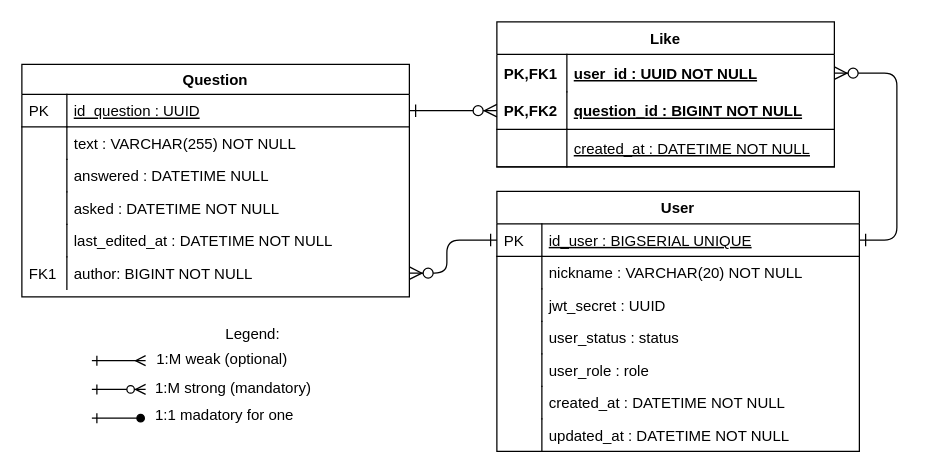
Above: db-diagram/ER_diagram_askit-db.drawio in AndrusKr/AskIt-server (draw.io), before the change. Source tidied: cells renumbered, new cells numbered last; positions are measured from the earlier drawing's top-left corner, leaving out a move shared by most shapes. Both pictures are drawn from the tidied source at 125%, with x=0, y=0 at pixel (21, 21).
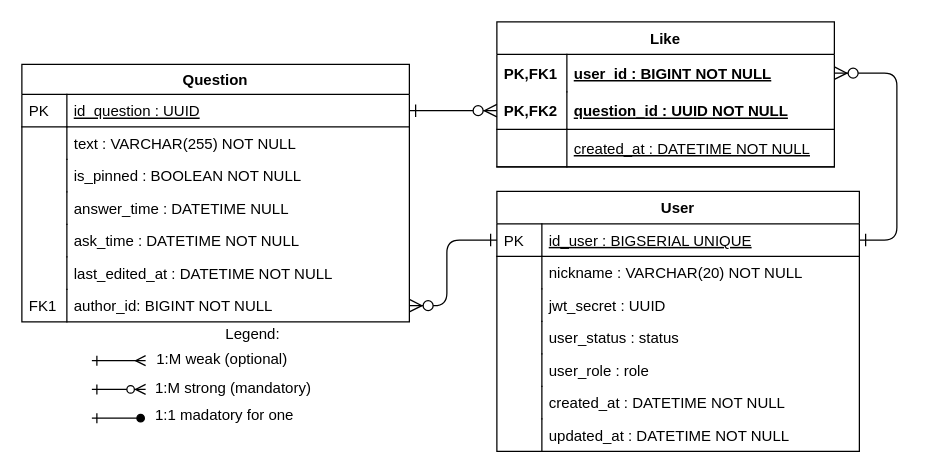
Above is the later version.

Unchanged cells that the change refers to:
```xml
<mxCell id="24" value="id_user : BIGSERIAL UNIQUE" style="shape=partialRectangle;top=0;left=0;right=0;bottom=1;align=left;verticalAlign=top;fillColor=none;spacingLeft=40;spacingRight=4;overflow=hidden;points=[[0,0.5],[1,0.5]];portConstraint=eastwest;rounded=0;shadow=0;strokeWidth=1;fontStyle=4;" parent="23" vertex="1">
  <mxGeometry y="26" width="290" height="26" as="geometry" />
</mxCell>
<mxCell id="38" value="Like" style="swimlane;fontStyle=1;horizontal=1;startSize=26;align=center;fontSize=12;" parent="1" vertex="1">
  <mxGeometry x="380" width="270" height="116" as="geometry" />
</mxCell>
```

Diff of the diagram source:
```diff
@@
     <mxCell id="9" value="Question" style="swimlane;fontStyle=1;horizontal=1;startSize=24;rounded=0;shadow=0;strokeWidth=1;" parent="1" vertex="1">
-      <mxGeometry y="34" width="310" height="186" as="geometry" />
+      <mxGeometry y="34" width="310" height="206" as="geometry" />
     </mxCell>
@@
+    <mxCell id="47" value="is_pinned : BOOLEAN NOT NULL" style="shape=partialRectangle;top=0;left=0;right=0;bottom=0;align=left;verticalAlign=top;fillColor=none;spacingLeft=40;spacingRight=4;overflow=hidden;rounded=0;shadow=0;strokeWidth=1;" parent="9" vertex="1">
+      <mxGeometry y="76" width="310" height="26" as="geometry" />
+    </mxCell>
+    <mxCell id="48" style="shape=partialRectangle;top=0;left=0;bottom=0;fillColor=none;align=left;verticalAlign=top;spacingLeft=4;spacingRight=4;overflow=hidden;" parent="47" vertex="1">
+      <mxGeometry width="36" height="26" as="geometry" />
+    </mxCell>
-    <mxCell id="14" value="answered : DATETIME NULL" style="shape=partialRectangle;top=0;left=0;right=0;bottom=0;align=left;verticalAlign=top;fillColor=none;spacingLeft=40;spacingRight=4;overflow=hidden;rounded=0;shadow=0;strokeWidth=1;" parent="9" vertex="1">
-      <mxGeometry y="76" width="310" height="26" as="geometry" />
+    <mxCell id="14" value="answer_time : DATETIME NULL" style="shape=partialRectangle;top=0;left=0;right=0;bottom=0;align=left;verticalAlign=top;fillColor=none;spacingLeft=40;spacingRight=4;overflow=hidden;rounded=0;shadow=0;strokeWidth=1;" parent="9" vertex="1">
+      <mxGeometry y="102" width="310" height="26" as="geometry" />
     </mxCell>
@@
-    <mxCell id="16" value="asked : DATETIME NOT NULL" style="shape=partialRectangle;top=0;left=0;right=0;bottom=0;align=left;verticalAlign=top;fillColor=none;spacingLeft=40;spacingRight=4;overflow=hidden;rounded=0;shadow=0;strokeWidth=1;" parent="9" vertex="1">
-      <mxGeometry y="102" width="310" height="26" as="geometry" />
+    <mxCell id="16" value="ask_time : DATETIME NOT NULL" style="shape=partialRectangle;top=0;left=0;right=0;bottom=0;align=left;verticalAlign=top;fillColor=none;spacingLeft=40;spacingRight=4;overflow=hidden;rounded=0;shadow=0;strokeWidth=1;" parent="9" vertex="1">
+      <mxGeometry y="128" width="310" height="26" as="geometry" />
     </mxCell>
@@
     <mxCell id="18" value="last_edited_at : DATETIME NOT NULL" style="shape=partialRectangle;top=0;left=0;right=0;bottom=0;align=left;verticalAlign=top;fillColor=none;spacingLeft=40;spacingRight=4;overflow=hidden;rounded=0;shadow=0;strokeWidth=1;" parent="9" vertex="1">
-      <mxGeometry y="128" width="310" height="26" as="geometry" />
+      <mxGeometry y="154" width="310" height="26" as="geometry" />
     </mxCell>
@@
-    <mxCell id="20" value="author: BIGINT NOT NULL" style="shape=partialRectangle;top=0;left=0;right=0;bottom=0;align=left;verticalAlign=top;fillColor=none;spacingLeft=40;spacingRight=4;overflow=hidden;points=[[0,0.5],[1,0.5]];portConstraint=eastwest;rounded=0;shadow=0;strokeWidth=1;" parent="9" vertex="1">
-      <mxGeometry y="154" width="310" height="26" as="geometry" />
+    <mxCell id="20" value="author_id: BIGINT NOT NULL" style="shape=partialRectangle;top=0;left=0;right=0;bottom=0;align=left;verticalAlign=top;fillColor=none;spacingLeft=40;spacingRight=4;overflow=hidden;points=[[0,0.5],[1,0.5]];portConstraint=eastwest;rounded=0;shadow=0;strokeWidth=1;" parent="9" vertex="1">
+      <mxGeometry y="180" width="310" height="26" as="geometry" />
     </mxCell>
@@
     <mxCell id="22" style="edgeStyle=orthogonalEdgeStyle;endArrow=ERzeroToMany;startArrow=ERone;shadow=0;strokeWidth=1;endSize=8;startSize=8;endFill=1;startFill=0;exitX=0;exitY=0.5;exitDx=0;exitDy=0;entryX=1;entryY=0.5;entryDx=0;entryDy=0;" parent="1" edge="1" source="24" target="20">
       <mxGeometry relative="1" as="geometry">
         <Array as="points">
           <mxPoint x="340" y="175" />
-          <mxPoint x="340" y="201" />
+          <mxPoint x="340" y="227" />
         </Array>
       </mxGeometry>
     </mxCell>
@@
-    <mxCell id="39" value="user_id : UUID NOT NULL" style="shape=partialRectangle;top=0;left=0;right=0;bottom=0;align=left;verticalAlign=middle;fillColor=none;spacingLeft=60;spacingRight=4;overflow=hidden;points=[[0,0.5],[1,0.5]];portConstraint=eastwest;fontStyle=5;fontSize=12;" parent="38" vertex="1">
+    <mxCell id="39" value="user_id : BIGINT NOT NULL" style="shape=partialRectangle;top=0;left=0;right=0;bottom=0;align=left;verticalAlign=middle;fillColor=none;spacingLeft=60;spacingRight=4;overflow=hidden;points=[[0,0.5],[1,0.5]];portConstraint=eastwest;fontStyle=5;fontSize=12;" parent="38" vertex="1">
       <mxGeometry y="26" width="270" height="30" as="geometry" />
     </mxCell>
@@
-    <mxCell id="41" value="question_id : BIGINT NOT NULL" style="shape=partialRectangle;top=0;left=0;right=0;bottom=1;align=left;verticalAlign=middle;fillColor=none;spacingLeft=60;spacingRight=4;overflow=hidden;points=[[0,0.5],[1,0.5]];portConstraint=eastwest;fontStyle=5;fontSize=12;" parent="38" vertex="1">
+    <mxCell id="41" value="question_id : UUID NOT NULL" style="shape=partialRectangle;top=0;left=0;right=0;bottom=1;align=left;verticalAlign=middle;fillColor=none;spacingLeft=60;spacingRight=4;overflow=hidden;points=[[0,0.5],[1,0.5]];portConstraint=eastwest;fontStyle=5;fontSize=12;" parent="38" vertex="1">
       <mxGeometry y="56" width="270" height="30" as="geometry" />
     </mxCell>
```
